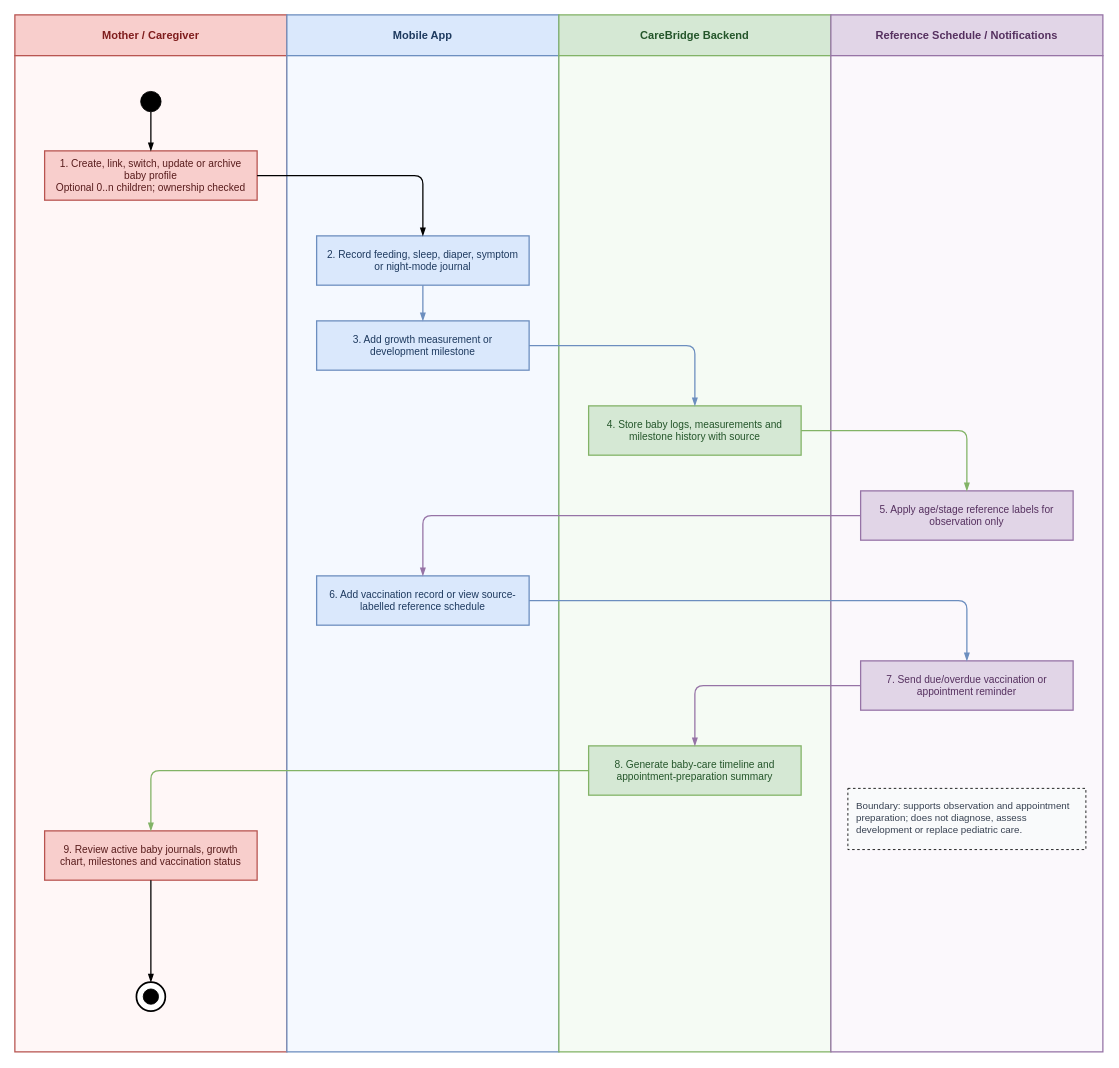
The draw.io diagram page "MF-03 Baby Care Journey, Growth & Vaccination Workflow" (3 of 7) of 03_Design/ActivityDiagram/CareBridge-Main-Workflows.drawio in ChuongBDHE172784/CareBridge_SEP490_G79, before the edit. Source tidied: cells renumbered, new cells numbered last; positions are measured from the earlier drawing's top-left corner, leaving out a move shared by most shapes. Both pictures are drawn from the tidied source at 85%, with x=0, y=0 at pixel (14, 14).
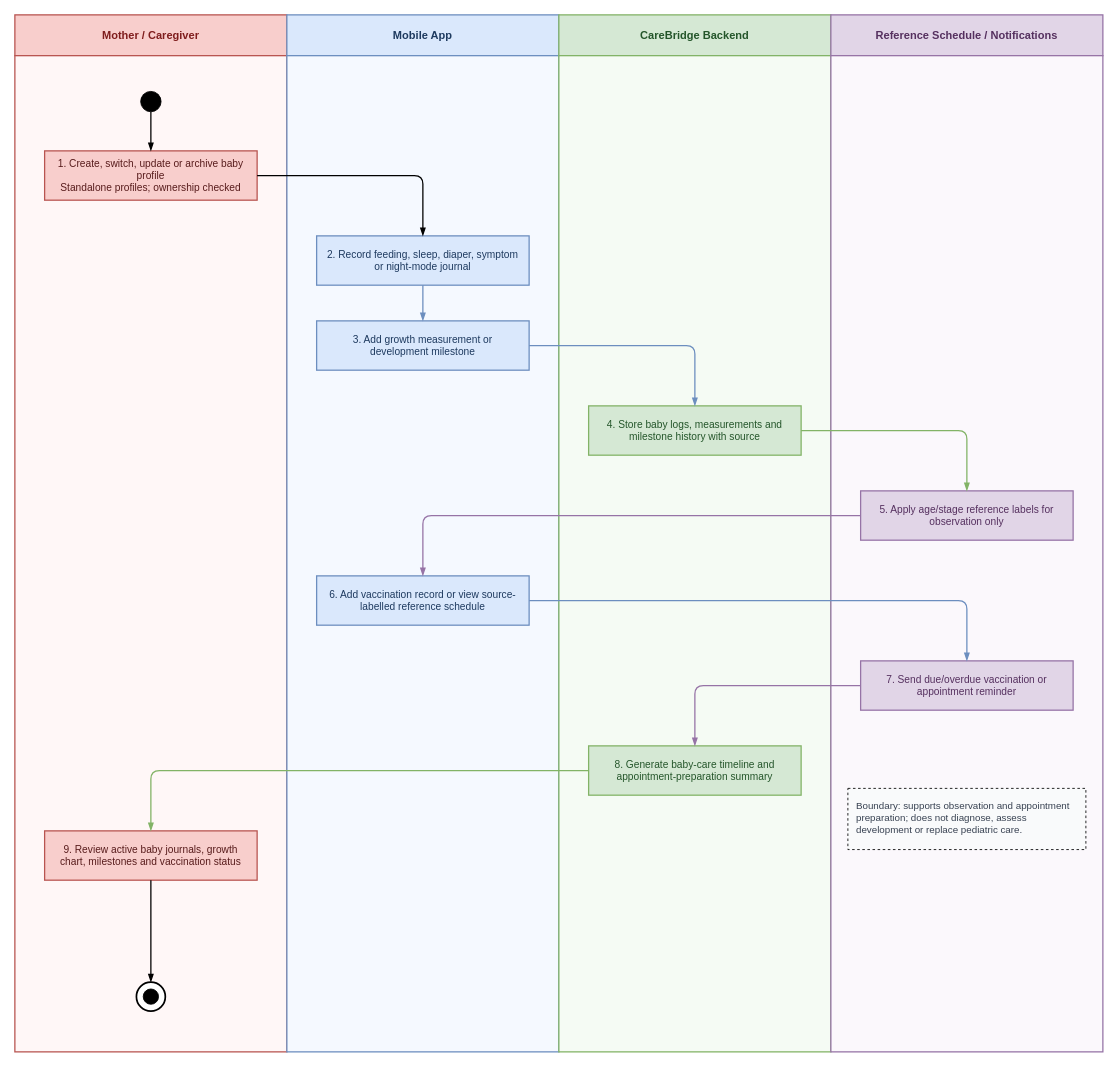
After the change.

What changed in the source:
```diff
@@
-    <mxCell id="11" value="1. Create, link, switch, update or archive baby profile&#10;Optional 0..n children; ownership checked" style="rounded=0;whiteSpace=wrap;html=1;fillColor=#F8CECC;strokeColor=#B85450;strokeWidth=1.5;fontFamily=Arial;fontSize=12;fontColor=#581C1C;align=center;verticalAlign=middle;spacing=8;" parent="1" vertex="1">
+    <mxCell id="11" value="1. Create, switch, update or archive baby profile&#10;Standalone profiles; ownership checked" style="rounded=0;whiteSpace=wrap;html=1;fillColor=#F8CECC;strokeColor=#B85450;strokeWidth=1.5;fontFamily=Arial;fontSize=12;fontColor=#581C1C;align=center;verticalAlign=middle;spacing=8;" parent="1" vertex="1">
       <mxGeometry x="35" y="160" width="250" height="58" as="geometry" />
     </mxCell>
```
